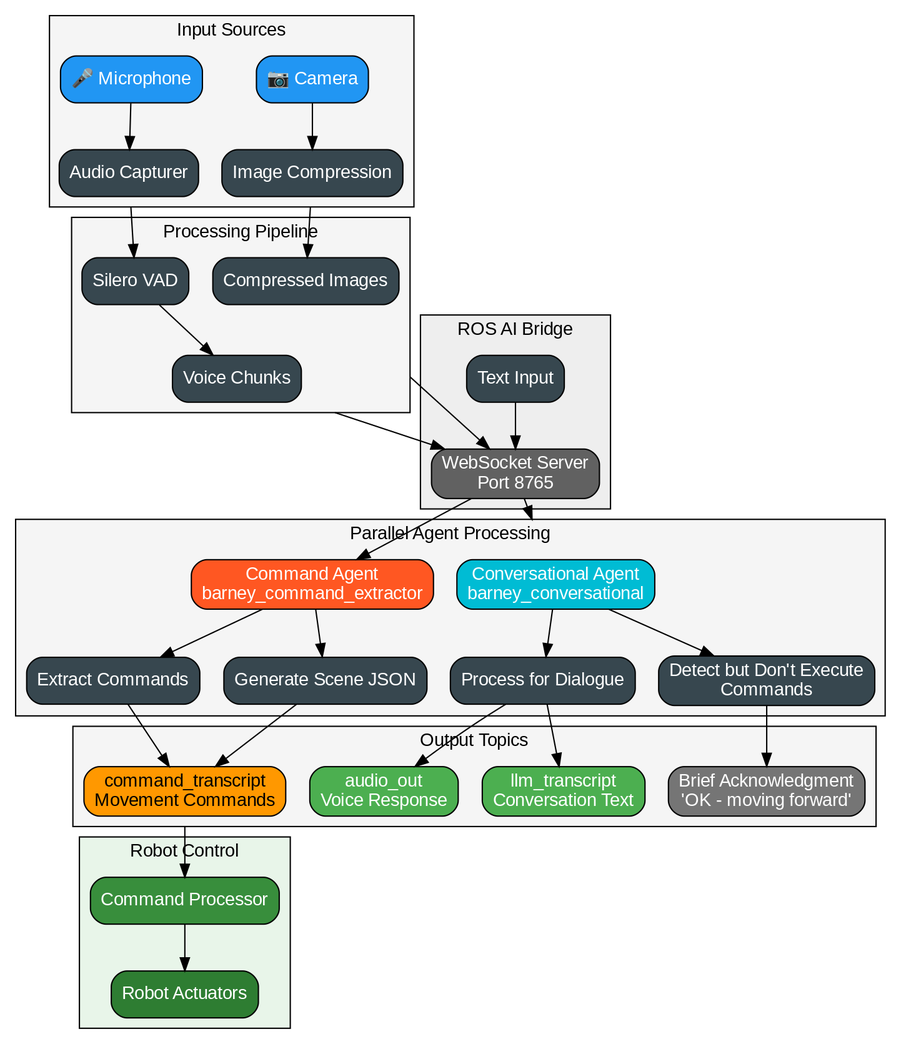
pondersome/by_your_command keeps this Graphviz diagram as docs/images/dual_agent_processing.png. Above is the earlier version. Its source is kept beside it as docs/diagrams/dual_agent_processing.dot.
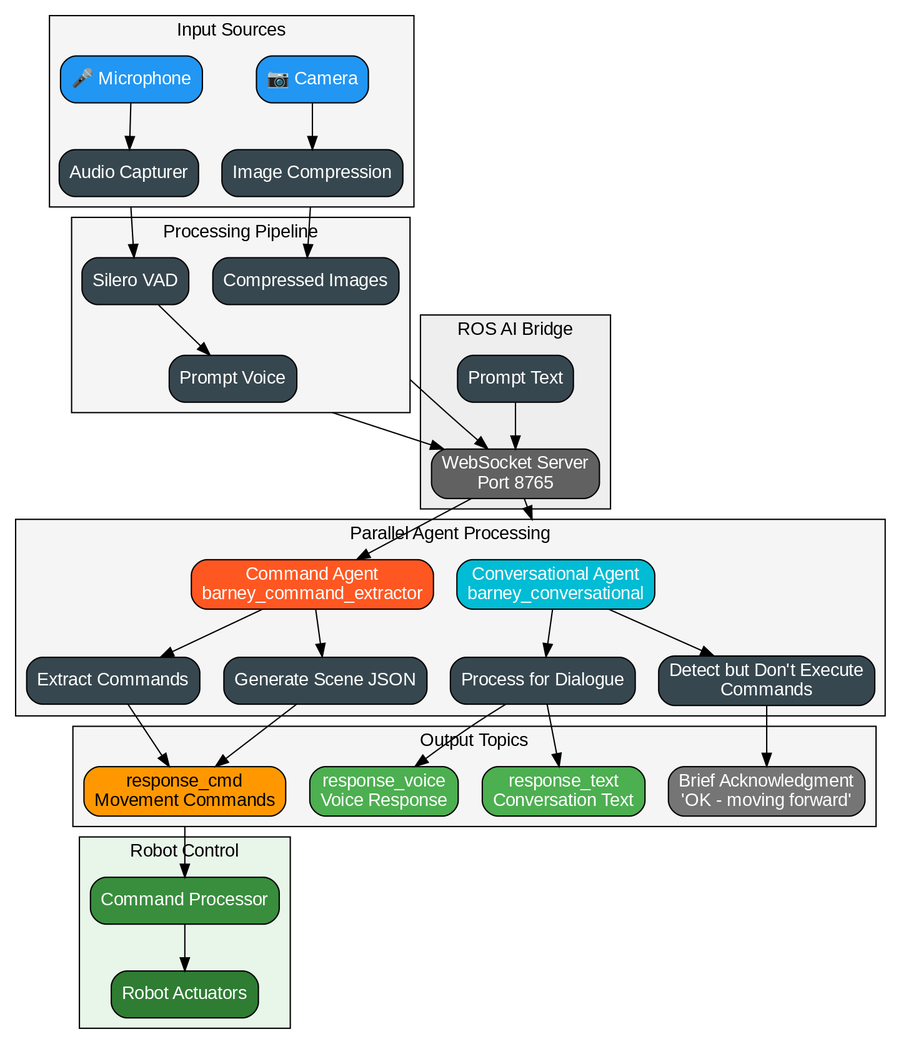
Above is the later version.

The edit, as a diff of the source:
```diff
@@ -25,7 +25,7 @@
         fillcolor="#f5f5f5";
 
         E [label="Silero VAD", fillcolor="#37474f", fontcolor="white"];
-        F [label="Voice Chunks", fillcolor="#37474f", fontcolor="white"];
+        F [label="Prompt Voice", fillcolor="#37474f", fontcolor="white"];
         G [label="Compressed Images", fillcolor="#37474f", fontcolor="white"];
 
         B -> E [ltail=cluster_input];
@@ -39,7 +39,7 @@
         fillcolor="#eeeeee";
 
         H [label="WebSocket Server\nPort 8765", fillcolor="#616161", fontcolor="white"];
-        I [label="Text Input", fillcolor="#37474f", fontcolor="white"];
+        I [label="Prompt Text", fillcolor="#37474f", fontcolor="white"];
 
         I -> H;
     }
@@ -74,10 +74,10 @@
         style=filled;
         fillcolor="#f5f5f5";
 
-        P [label="audio_out\nVoice Response", fillcolor="#4caf50", fontcolor="white"];
-        Q [label="llm_transcript\nConversation Text", fillcolor="#4caf50", fontcolor="white"];
+        P [label="response_voice\nVoice Response", fillcolor="#4caf50", fontcolor="white"];
+        Q [label="response_text\nConversation Text", fillcolor="#4caf50", fontcolor="white"];
         R [label="Brief Acknowledgment\n'OK - moving forward'", fillcolor="#757575", fontcolor="white"];
-        S [label="command_transcript\nMovement Commands", fillcolor="#ff9800", fontcolor="black"];
+        S [label="response_cmd\nMovement Commands", fillcolor="#ff9800", fontcolor="black"];
 
         L -> P;
         L -> Q;
```
